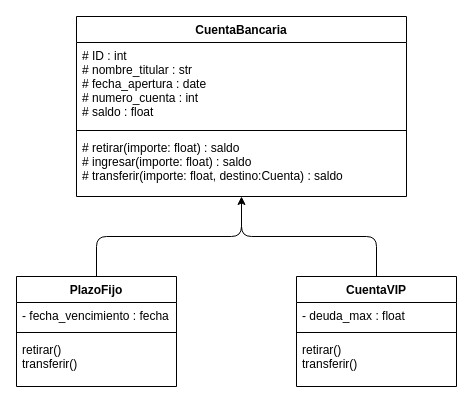
The draw.io diagram ej3/ej-3.drawio in lidia-veli/Parcial1-POO, before the edit. Source tidied: cells renumbered, new cells numbered last; positions are measured from the earlier drawing's top-left corner, leaving out a move shared by most shapes. Both pictures are drawn from the tidied source at 100%, with x=0, y=0 at pixel (16, 16).
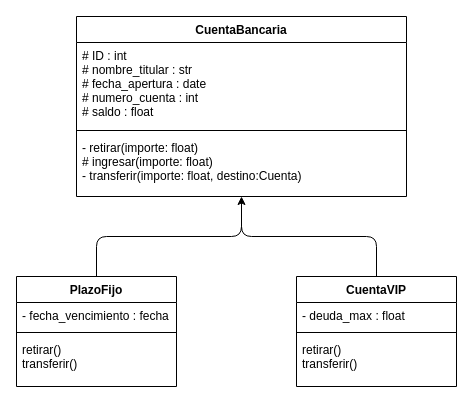
The same diagram, later.

The edit, as a diff of the source:
```diff
@@
 <mxGraphModel>
   <root>
     <mxCell id="0" />
     <mxCell id="1" parent="0" />
     <mxCell id="2" value="CuentaBancaria" style="swimlane;fontStyle=1;align=center;verticalAlign=top;horizontal=1;startSize=26;" parent="1" vertex="1">
       <mxGeometry x="60" width="330" height="180" as="geometry" />
     </mxCell>
     <mxCell id="3" value="# ID : int&#10;# nombre_titular : str&#10;# fecha_apertura : date&#10;# numero_cuenta : int&#10;# saldo : float" style="text;strokeColor=none;fillColor=none;align=left;verticalAlign=top;spacingLeft=4;spacingRight=4;overflow=hidden;" parent="2" vertex="1">
       <mxGeometry y="26" width="330" height="84" as="geometry" />
     </mxCell>
     <mxCell id="4" style="line;strokeWidth=1;fillColor=none;align=left;verticalAlign=middle;spacingTop=-1;spacingLeft=3;spacingRight=3;labelPosition=right;strokeColor=inherit;" parent="2" vertex="1">
       <mxGeometry y="110" width="330" height="8" as="geometry" />
     </mxCell>
-    <mxCell id="5" value="# retirar(importe: float) : saldo&#10;# ingresar(importe: float) : saldo&#10;# transferir(importe: float, destino:Cuenta) : saldo" style="text;strokeColor=none;fillColor=none;align=left;verticalAlign=top;spacingLeft=4;spacingRight=4;overflow=hidden;points=[[0,0.5],[1,0.5]];portConstraint=eastwest;" parent="2" vertex="1">
+    <mxCell id="5" value="- retirar(importe: float)&#10;# ingresar(importe: float) &#10;- transferir(importe: float, destino:Cuenta) " style="text;strokeColor=none;fillColor=none;align=left;verticalAlign=top;spacingLeft=4;spacingRight=4;overflow=hidden;points=[[0,0.5],[1,0.5]];portConstraint=eastwest;" parent="2" vertex="1">
       <mxGeometry y="118" width="330" height="62" as="geometry" />
     </mxCell>
     <mxCell id="6" style="edgeStyle=none;html=1;exitX=0.5;exitY=0;exitDx=0;exitDy=0;entryX=0.5;entryY=1;entryDx=0;entryDy=0;" parent="1" edge="1" source="7" target="2">
       <mxGeometry relative="1" as="geometry">
         <Array as="points">
           <mxPoint x="80" y="220" />
           <mxPoint x="225" y="220" />
         </Array>
       </mxGeometry>
     </mxCell>
     <mxCell id="7" value="PlazoFijo" style="swimlane;fontStyle=1;align=center;verticalAlign=top;horizontal=1;startSize=26;" parent="1" vertex="1">
       <mxGeometry y="260" width="160" height="110" as="geometry" />
     </mxCell>
     <mxCell id="8" value="- fecha_vencimiento : fecha" style="text;strokeColor=none;fillColor=none;align=left;verticalAlign=top;spacingLeft=4;spacingRight=4;overflow=hidden;" parent="7" vertex="1">
       <mxGeometry y="26" width="160" height="26" as="geometry" />
     </mxCell>
     <mxCell id="9" style="line;strokeWidth=1;fillColor=none;align=left;verticalAlign=middle;spacingTop=-1;spacingLeft=3;spacingRight=3;labelPosition=right;strokeColor=inherit;" parent="7" vertex="1">
       <mxGeometry y="52" width="160" height="8" as="geometry" />
     </mxCell>
     <mxCell id="10" value="retirar()&#10;transferir()" style="text;strokeColor=none;fillColor=none;align=left;verticalAlign=top;spacingLeft=4;spacingRight=4;overflow=hidden;" parent="7" vertex="1">
       <mxGeometry y="60" width="160" height="50" as="geometry" />
     </mxCell>
     <mxCell id="11" style="edgeStyle=none;html=1;exitX=0.5;exitY=0;exitDx=0;exitDy=0;endArrow=none;endFill=0;entryX=0.5;entryY=1.074;entryDx=0;entryDy=0;entryPerimeter=0;" parent="1" edge="1" source="12" target="5">
       <mxGeometry relative="1" as="geometry">
         <Array as="points">
           <mxPoint x="360" y="220" />
           <mxPoint x="225" y="220" />
         </Array>
       </mxGeometry>
     </mxCell>
     <mxCell id="12" value="CuentaVIP" style="swimlane;fontStyle=1;align=center;verticalAlign=top;horizontal=1;startSize=26;" parent="1" vertex="1">
       <mxGeometry x="280" y="260" width="160" height="110" as="geometry" />
     </mxCell>
     <mxCell id="13" value="- deuda_max : float" style="text;strokeColor=none;fillColor=none;align=left;verticalAlign=top;spacingLeft=4;spacingRight=4;overflow=hidden;" parent="12" vertex="1">
       <mxGeometry y="26" width="160" height="26" as="geometry" />
     </mxCell>
     <mxCell id="14" style="line;strokeWidth=1;fillColor=none;align=left;verticalAlign=middle;spacingTop=-1;spacingLeft=3;spacingRight=3;labelPosition=right;strokeColor=inherit;" parent="12" vertex="1">
       <mxGeometry y="52" width="160" height="8" as="geometry" />
     </mxCell>
     <mxCell id="15" value="retirar()&#10;transferir()" style="text;strokeColor=none;fillColor=none;align=left;verticalAlign=top;spacingLeft=4;spacingRight=4;overflow=hidden;" parent="12" vertex="1">
       <mxGeometry y="60" width="160" height="50" as="geometry" />
     </mxCell>
   </root>
 </mxGraphModel>
```
